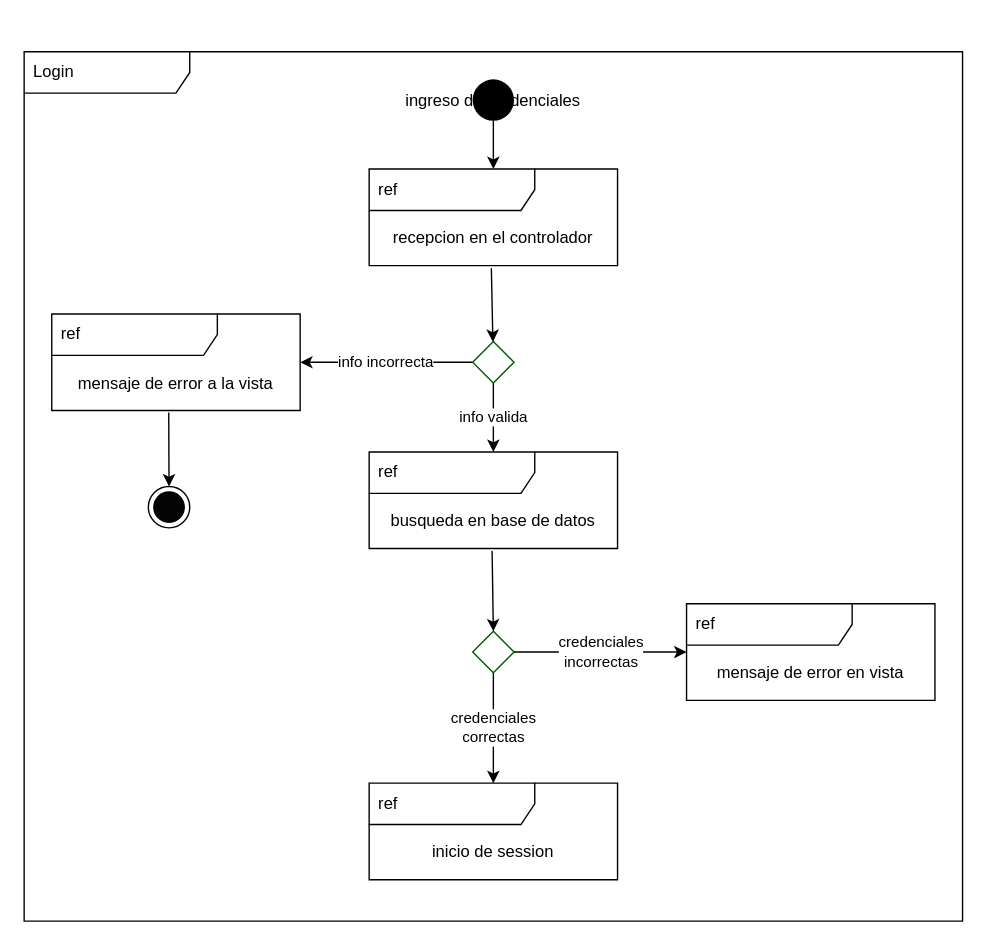
This is DOCUMENTACION/interaccionesLogin.drawio from cresb-49/PRACTICA-1-TEO1, a draw.io file, before an edit. Source tidied: cells renumbered, new cells numbered last; positions are measured from the earlier drawing's top-left corner, leaving out a move shared by most shapes. Both pictures are drawn from the tidied source at 138%, with x=0, y=0 at pixel (23, 51).
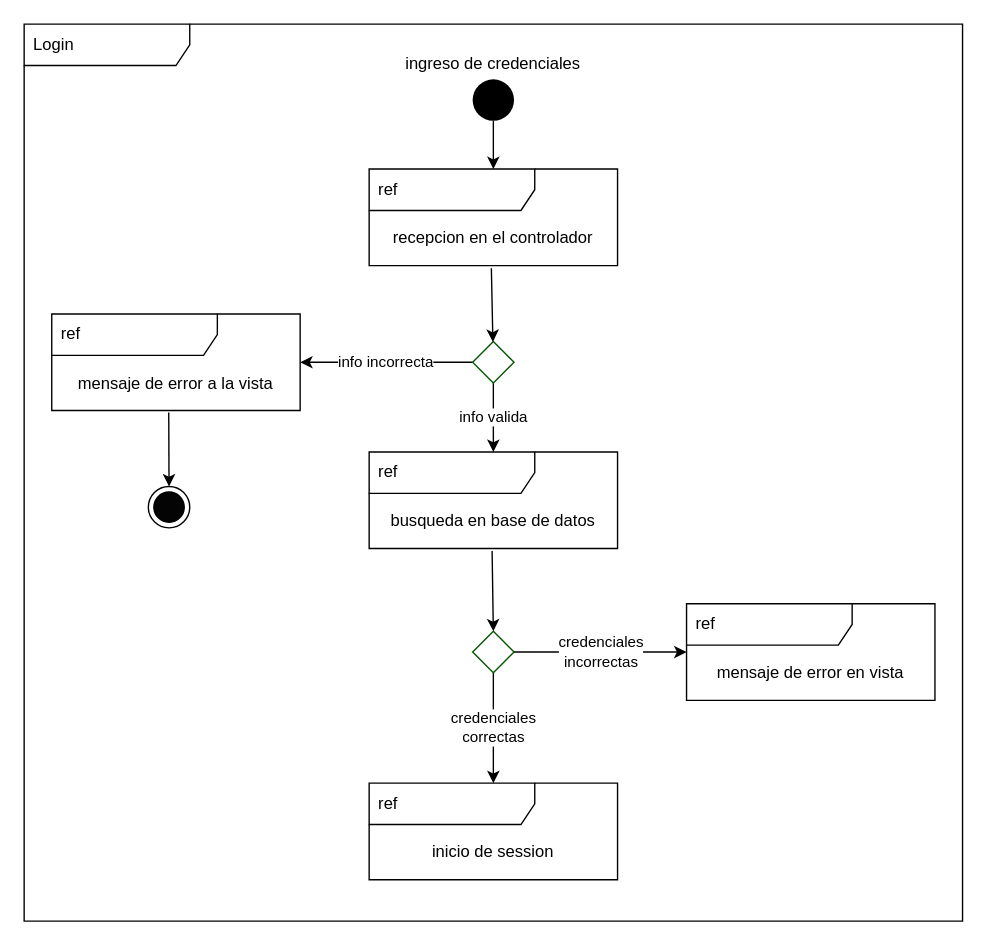
The same page after the edit.

Diff of the diagram source:
```diff
@@
     <mxCell id="2" value="Login" style="shape=umlFrame;whiteSpace=wrap;html=1;width=120;height=30;boundedLbl=1;verticalAlign=middle;align=left;spacingLeft=5;fillColor=default;" parent="1" vertex="1">
-      <mxGeometry width="680" height="630" as="geometry" />
+      <mxGeometry y="-20" width="680" height="650" as="geometry" />
     </mxCell>
@@
-    <mxCell id="4" value="ingreso de credenciales" style="ellipse;strokeColor=none;fillColor=#000000;" parent="1" vertex="1">
+    <mxCell id="4" style="ellipse;strokeColor=none;fillColor=#000000;" parent="1" vertex="1">
       <mxGeometry x="325" y="20" width="30" height="30" as="geometry" />
     </mxCell>
@@
+    <mxCell id="25" value="&lt;span style=&quot;color: rgb(0, 0, 0);&quot;&gt;ingreso de credenciales&lt;/span&gt;" style="text;html=1;strokeColor=none;fillColor=none;align=center;verticalAlign=middle;whiteSpace=wrap;rounded=0;fontColor=#FFFFFF;" parent="1" vertex="1">
+      <mxGeometry x="225" y="-6" width="230" height="30" as="geometry" />
+    </mxCell>
```
